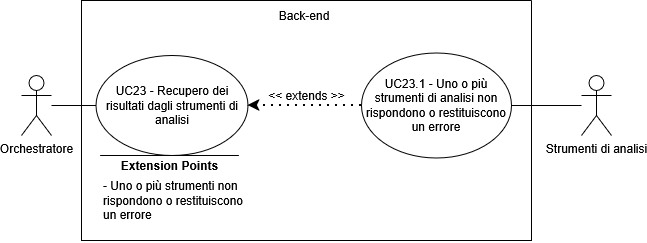
The draw.io diagram assets/diagrams/UC23.png in SkarabGroup/DocumentazioneProgetto, before a commit. Source tidied: cells renumbered, new cells last; positions are measured from the earlier drawing's top-left corner, leaving out a move shared by most shapes.
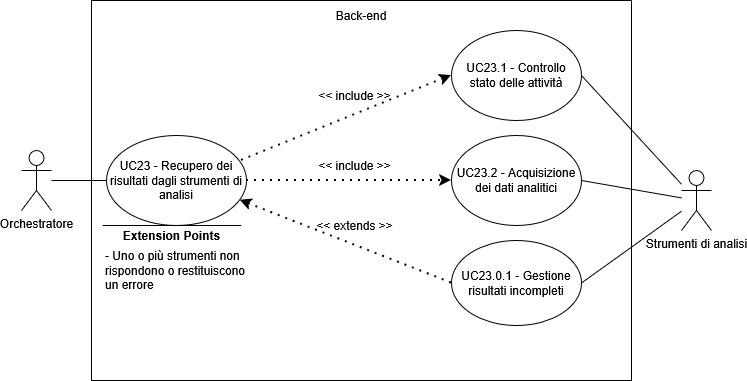
After the commit.

The edit, as a diff of the source:
```diff
@@ -3,46 +3,72 @@
     <mxCell id="0" />
     <mxCell id="1" parent="0" />
     <mxCell id="2" value="Orchestratore" style="shape=umlActor;verticalLabelPosition=bottom;verticalAlign=top;html=1;outlineConnect=0;" parent="1" vertex="1">
-      <mxGeometry y="75" width="30" height="60" as="geometry" />
+      <mxGeometry x="-80" y="140" width="30" height="60" as="geometry" />
     </mxCell>
     <mxCell id="3" style="swimlane;startSize=0;" parent="1" vertex="1">
-      <mxGeometry x="60" width="450" height="240" as="geometry" />
+      <mxGeometry x="-10" y="-10" width="540" height="380" as="geometry" />
     </mxCell>
     <mxCell id="4" value="UC23 - Recupero dei risultati dagli strumenti di analisi" style="ellipse;whiteSpace=wrap;html=1;" parent="3" vertex="1">
-      <mxGeometry x="14.5" y="55" width="152" height="100" as="geometry" />
+      <mxGeometry x="15" y="135" width="140" height="90" as="geometry" />
     </mxCell>
-    <mxCell id="5" value="UC23.1 - Uno o più strumenti di analisi non rispondono o restituiscono un errore" style="ellipse;whiteSpace=wrap;html=1;" parent="3" vertex="1">
-      <mxGeometry x="280" y="52.5" width="150" height="105" as="geometry" />
+    <mxCell id="5" value="UC23.0.1 - Gestione risultati incompleti" style="ellipse;whiteSpace=wrap;html=1;" parent="3" vertex="1">
+      <mxGeometry x="360" y="240" width="130" height="85" as="geometry" />
     </mxCell>
-    <mxCell id="6" style="endArrow=classic;dashed=1;html=1;dashPattern=1 3;strokeWidth=2;rounded=0;entryX=1;entryY=0.5;entryDx=0;entryDy=0;exitX=0;exitY=0.5;exitDx=0;exitDy=0;strokeColor=default;curved=0;endFill=1;endSize=6;" parent="3" edge="1" source="5" target="4">
+    <mxCell id="6" style="endArrow=classic;dashed=1;html=1;dashPattern=1 3;strokeWidth=2;rounded=0;exitX=0;exitY=0.5;exitDx=0;exitDy=0;strokeColor=default;curved=0;endFill=1;endSize=6;entryX=0.954;entryY=0.72;entryDx=0;entryDy=0;entryPerimeter=0;" parent="3" edge="1" source="5" target="4">
       <mxGeometry relative="1" as="geometry" />
     </mxCell>
     <mxCell id="7" value="&lt;div&gt;&amp;lt;&amp;lt; extends &amp;gt;&amp;gt;&lt;/div&gt;" style="text;html=1;whiteSpace=wrap;strokeColor=none;fillColor=none;align=center;verticalAlign=middle;rounded=0;" parent="3" vertex="1">
-      <mxGeometry x="177.5" y="80" width="95" height="30" as="geometry" />
+      <mxGeometry x="216" y="210" width="95" height="30" as="geometry" />
     </mxCell>
     <mxCell id="8" style="endArrow=none;html=1;rounded=0;" parent="3" edge="1">
       <mxGeometry relative="1" as="geometry">
-        <mxPoint x="157.4" y="155" as="sourcePoint" />
-        <mxPoint x="18.6" y="155" as="targetPoint" />
+        <mxPoint x="149.8" y="225" as="sourcePoint" />
+        <mxPoint x="11.1" y="225" as="targetPoint" />
       </mxGeometry>
     </mxCell>
     <mxCell id="9" value="&lt;b&gt;Extension Points&lt;/b&gt;" style="text;html=1;whiteSpace=wrap;strokeColor=none;fillColor=none;align=center;verticalAlign=middle;rounded=0;strokeWidth=5;" parent="3" vertex="1">
-      <mxGeometry x="30.5" y="150" width="115" height="30" as="geometry" />
+      <mxGeometry x="22.9" y="220" width="115" height="30" as="geometry" />
     </mxCell>
     <mxCell id="10" value="- Uno o più strumenti non rispondono o restituiscono un errore" style="text;html=1;whiteSpace=wrap;strokeColor=none;fillColor=none;align=left;verticalAlign=middle;rounded=0;" parent="3" vertex="1">
-      <mxGeometry x="19.5" y="157.5" width="147" height="85" as="geometry" />
+      <mxGeometry x="11.9" y="227.5" width="147" height="85" as="geometry" />
     </mxCell>
     <mxCell id="11" value="Back-end" style="text;html=1;whiteSpace=wrap;strokeColor=none;fillColor=none;align=center;verticalAlign=middle;rounded=0;" parent="3" vertex="1">
-      <mxGeometry x="192.5" width="60" height="30" as="geometry" />
+      <mxGeometry x="240" width="60" height="30" as="geometry" />
     </mxCell>
+    <mxCell id="15" value="UC23.1 - Controllo stato delle attività" style="ellipse;whiteSpace=wrap;html=1;" parent="3" vertex="1">
+      <mxGeometry x="360" y="30" width="130" height="90" as="geometry" />
+    </mxCell>
+    <mxCell id="16" style="endArrow=classic;dashed=1;html=1;dashPattern=1 3;strokeWidth=2;rounded=0;entryX=0;entryY=0.5;entryDx=0;entryDy=0;strokeColor=default;curved=0;endFill=1;endSize=6;" parent="3" edge="1" target="15">
+      <mxGeometry relative="1" as="geometry">
+        <mxPoint x="150" y="160" as="sourcePoint" />
+      </mxGeometry>
+    </mxCell>
+    <mxCell id="17" value="&amp;lt;&amp;lt; include &amp;gt;&amp;gt;" style="text;html=1;whiteSpace=wrap;strokeColor=none;fillColor=none;align=center;verticalAlign=middle;rounded=0;" parent="3" vertex="1">
+      <mxGeometry x="216" y="150" width="95" height="30" as="geometry" />
+    </mxCell>
+    <mxCell id="18" value="UC23.2 - Acquisizione dei dati analitici" style="ellipse;whiteSpace=wrap;html=1;" parent="3" vertex="1">
+      <mxGeometry x="360" y="135" width="130" height="90" as="geometry" />
+    </mxCell>
+    <mxCell id="19" style="endArrow=classic;dashed=1;html=1;dashPattern=1 3;strokeWidth=2;rounded=0;entryX=0;entryY=0.5;entryDx=0;entryDy=0;exitX=1;exitY=0.5;exitDx=0;exitDy=0;strokeColor=default;curved=0;endFill=1;endSize=6;" parent="3" edge="1" source="4" target="18">
+      <mxGeometry relative="1" as="geometry" />
+    </mxCell>
+    <mxCell id="20" value="&amp;lt;&amp;lt; include &amp;gt;&amp;gt;" style="text;html=1;whiteSpace=wrap;strokeColor=none;fillColor=none;align=center;verticalAlign=middle;rounded=0;" parent="3" vertex="1">
+      <mxGeometry x="216" y="80" width="95" height="30" as="geometry" />
+    </mxCell>
     <mxCell id="12" style="endArrow=none;html=1;rounded=0;entryX=0;entryY=0.5;entryDx=0;entryDy=0;" parent="1" edge="1" source="2" target="4">
       <mxGeometry relative="1" as="geometry" />
     </mxCell>
     <mxCell id="13" value="Strumenti di analisi" style="shape=umlActor;verticalLabelPosition=bottom;verticalAlign=top;html=1;outlineConnect=0;" parent="1" vertex="1">
-      <mxGeometry x="560" y="75" width="30" height="60" as="geometry" />
+      <mxGeometry x="580" y="160" width="30" height="60" as="geometry" />
     </mxCell>
     <mxCell id="14" style="endArrow=none;html=1;rounded=0;exitX=1;exitY=0.5;exitDx=0;exitDy=0;" parent="1" edge="1" source="5" target="13">
       <mxGeometry relative="1" as="geometry" />
     </mxCell>
+    <mxCell id="21" style="endArrow=none;html=1;rounded=0;entryX=1;entryY=0.5;entryDx=0;entryDy=0;" parent="1" edge="1" source="13" target="18">
+      <mxGeometry relative="1" as="geometry" />
+    </mxCell>
+    <mxCell id="22" style="endArrow=none;html=1;rounded=0;exitX=1;exitY=0.5;exitDx=0;exitDy=0;" parent="1" edge="1" source="15" target="13">
+      <mxGeometry relative="1" as="geometry" />
+    </mxCell>
   </root>
 </mxGraphModel>
```
